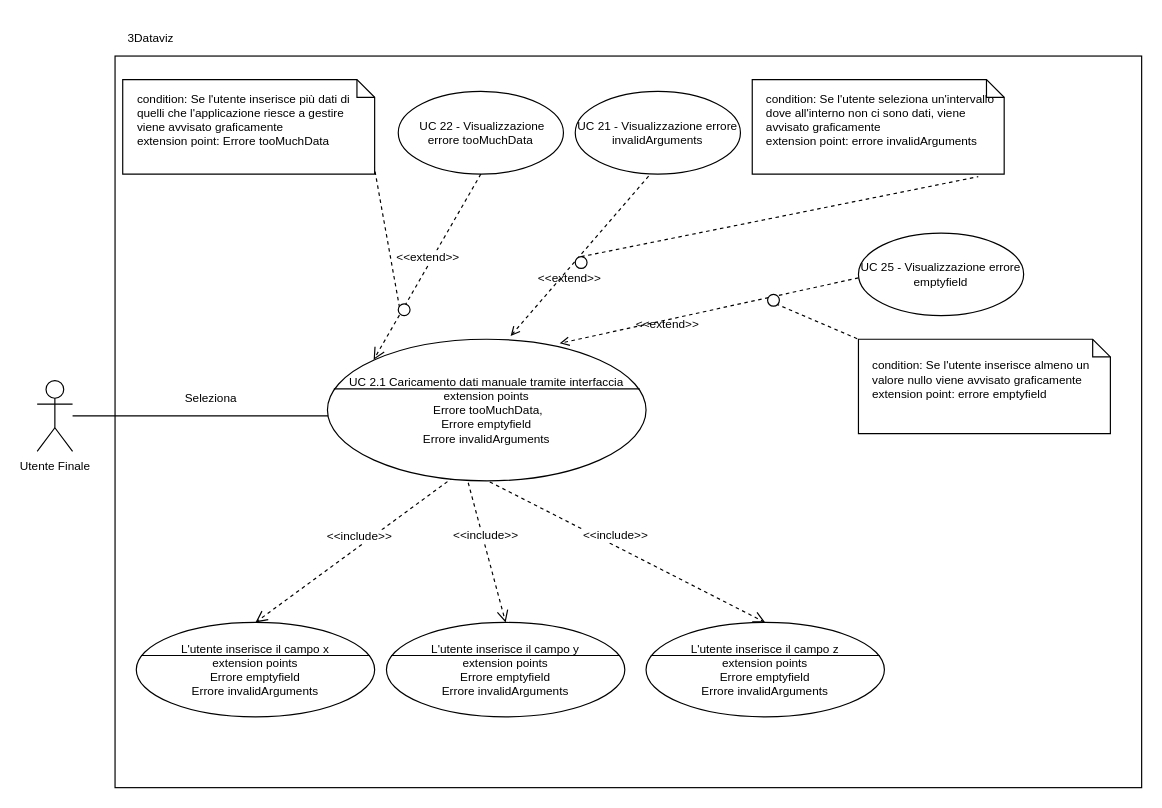
Earlier version of the draw.io diagram page "UC 2.1" (4 of 39) of img/adr/UC.drawio (Archi7echs-Team/archi7echs-team.github.io). Source tidied: cells renumbered, new cells numbered last; positions are measured from the earlier drawing's top-left corner, leaving out a move shared by most shapes. Both pictures are drawn from the tidied source at 118%, with x=0, y=0 at pixel (37, 20).
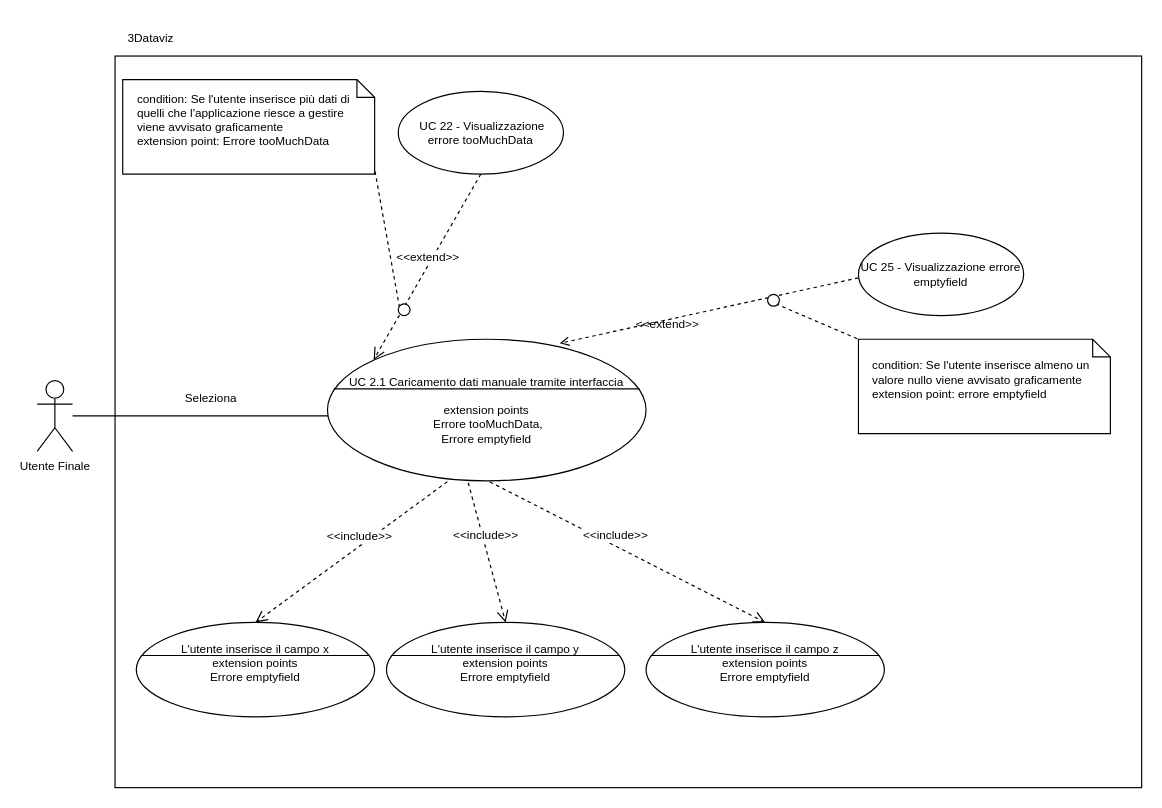
The same diagram, later.

Change to the diagram source:
```diff
@@
-    <mxCell id="13" value="UC 2.1 Caricamento dati manuale tramite interfaccia&lt;br&gt;extension points&lt;br&gt;&lt;span&gt;&amp;nbsp;&lt;/span&gt;&amp;nbsp;Errore&amp;nbsp;tooMuchData,&amp;nbsp;&lt;div&gt;Errore emptyfield&lt;/div&gt;&lt;div&gt;Errore invalidArguments&lt;/div&gt;" style="html=1;shape=mxgraph.sysml.useCaseExtPt;whiteSpace=wrap;align=center;fontSize=10;" parent="1" vertex="1">
+    <mxCell id="13" value="UC 2.1 Caricamento dati manuale tramite interfaccia&lt;br&gt;&lt;br&gt;&lt;div&gt;extension points&lt;br&gt;&lt;span&gt;&amp;nbsp;&lt;/span&gt;&amp;nbsp;Errore&amp;nbsp;tooMuchData,&amp;nbsp;&lt;div&gt;Errore emptyfield&lt;/div&gt;&lt;/div&gt;" style="html=1;shape=mxgraph.sysml.useCaseExtPt;whiteSpace=wrap;align=center;fontSize=10;" parent="1" vertex="1">
       <mxGeometry x="246" y="270" width="270" height="120" as="geometry" />
     </mxCell>
@@
-    <mxCell id="15" value="UC 21 - Visualizzazione errore invalidArguments" style="ellipse;whiteSpace=wrap;html=1;fontSize=10;" parent="1" vertex="1">
-      <mxGeometry x="456" y="60" width="140" height="70" as="geometry" />
-    </mxCell>
-    <mxCell id="16" value="&amp;lt;&amp;lt;extend&amp;gt;&amp;gt;" style="html=1;verticalAlign=bottom;labelBackgroundColor=none;endArrow=open;endFill=0;dashed=1;rounded=0;entryX=0.575;entryY=-0.023;entryDx=0;entryDy=0;entryPerimeter=0;exitX=0.444;exitY=1.026;exitDx=0;exitDy=0;fontSize=10;exitPerimeter=0;" parent="1" edge="1" source="15" target="13">
-      <mxGeometry x="0.3" y="12" relative="1" as="geometry" />
-    </mxCell>
-    <mxCell id="17" value="&lt;font&gt;condition: Se l'utente seleziona un'intervallo dove all'interno non ci sono dati, viene avvisato graficamente&lt;/font&gt;&lt;div&gt;&lt;font&gt;extension point: errore&amp;nbsp;&lt;span style=&quot;text-align: center;&quot;&gt;invalidArguments&lt;/span&gt;&lt;br&gt;&lt;/font&gt;&lt;div&gt;&lt;br&gt;&lt;/div&gt;&lt;/div&gt;" style="shape=note;size=15;align=left;spacingLeft=10;html=1;whiteSpace=wrap;fontSize=10;" parent="1" vertex="1">
-      <mxGeometry x="606" y="50" width="213.5" height="80" as="geometry" />
-    </mxCell>
@@
-    <mxCell id="20" style="endArrow=none;dashed=1;html=1;rounded=0;fontSize=10;entryX=0.897;entryY=1.028;entryDx=0;entryDy=0;entryPerimeter=0;exitX=0.5;exitY=0;exitDx=0;exitDy=0;" parent="1" edge="1" source="21" target="17">
-      <mxGeometry relative="1" as="geometry" />
-    </mxCell>
-    <mxCell id="21" style="ellipse;whiteSpace=wrap;html=1;fontSize=10;" parent="1" vertex="1">
-      <mxGeometry x="456" y="200" width="10" height="10" as="geometry" />
-    </mxCell>
@@
-    <mxCell id="27" value="L'utente inserisce il campo y&lt;div&gt;extension points&lt;div&gt;Errore emptyfield&lt;/div&gt;&lt;div&gt;Errore invalidArguments&lt;/div&gt;&lt;/div&gt;" style="html=1;shape=mxgraph.sysml.useCaseExtPt;whiteSpace=wrap;align=center;fontSize=10;" parent="1" vertex="1">
+    <mxCell id="27" value="L'utente inserisce il campo y&lt;div&gt;extension points&lt;div&gt;Errore emptyfield&lt;/div&gt;&lt;div&gt;&lt;br&gt;&lt;/div&gt;&lt;/div&gt;" style="html=1;shape=mxgraph.sysml.useCaseExtPt;whiteSpace=wrap;align=center;fontSize=10;" parent="1" vertex="1">
       <mxGeometry x="296" y="510" width="202" height="80" as="geometry" />
     </mxCell>
@@
-    <mxCell id="29" value="L'utente inserisce il campo x&lt;div&gt;extension points&lt;div&gt;Errore emptyfield&lt;/div&gt;&lt;div&gt;Errore invalidArguments&lt;/div&gt;&lt;/div&gt;" style="html=1;shape=mxgraph.sysml.useCaseExtPt;whiteSpace=wrap;align=center;fontSize=10;" parent="1" vertex="1">
+    <mxCell id="29" value="L'utente inserisce il campo x&lt;div&gt;extension points&lt;div&gt;Errore emptyfield&lt;/div&gt;&lt;div&gt;&lt;br&gt;&lt;/div&gt;&lt;/div&gt;" style="html=1;shape=mxgraph.sysml.useCaseExtPt;whiteSpace=wrap;align=center;fontSize=10;" parent="1" vertex="1">
       <mxGeometry x="84" y="510" width="202" height="80" as="geometry" />
     </mxCell>
@@
-    <mxCell id="31" value="L'utente inserisce il campo z&lt;div&gt;extension points&lt;div&gt;Errore emptyfield&lt;/div&gt;&lt;div&gt;Errore invalidArguments&lt;/div&gt;&lt;/div&gt;" style="html=1;shape=mxgraph.sysml.useCaseExtPt;whiteSpace=wrap;align=center;fontSize=10;" parent="1" vertex="1">
+    <mxCell id="31" value="L'utente inserisce il campo z&lt;div&gt;extension points&lt;div&gt;Errore emptyfield&lt;/div&gt;&lt;div&gt;&lt;br&gt;&lt;/div&gt;&lt;/div&gt;" style="html=1;shape=mxgraph.sysml.useCaseExtPt;whiteSpace=wrap;align=center;fontSize=10;" parent="1" vertex="1">
       <mxGeometry x="516" y="510" width="202" height="80" as="geometry" />
     </mxCell>
```
